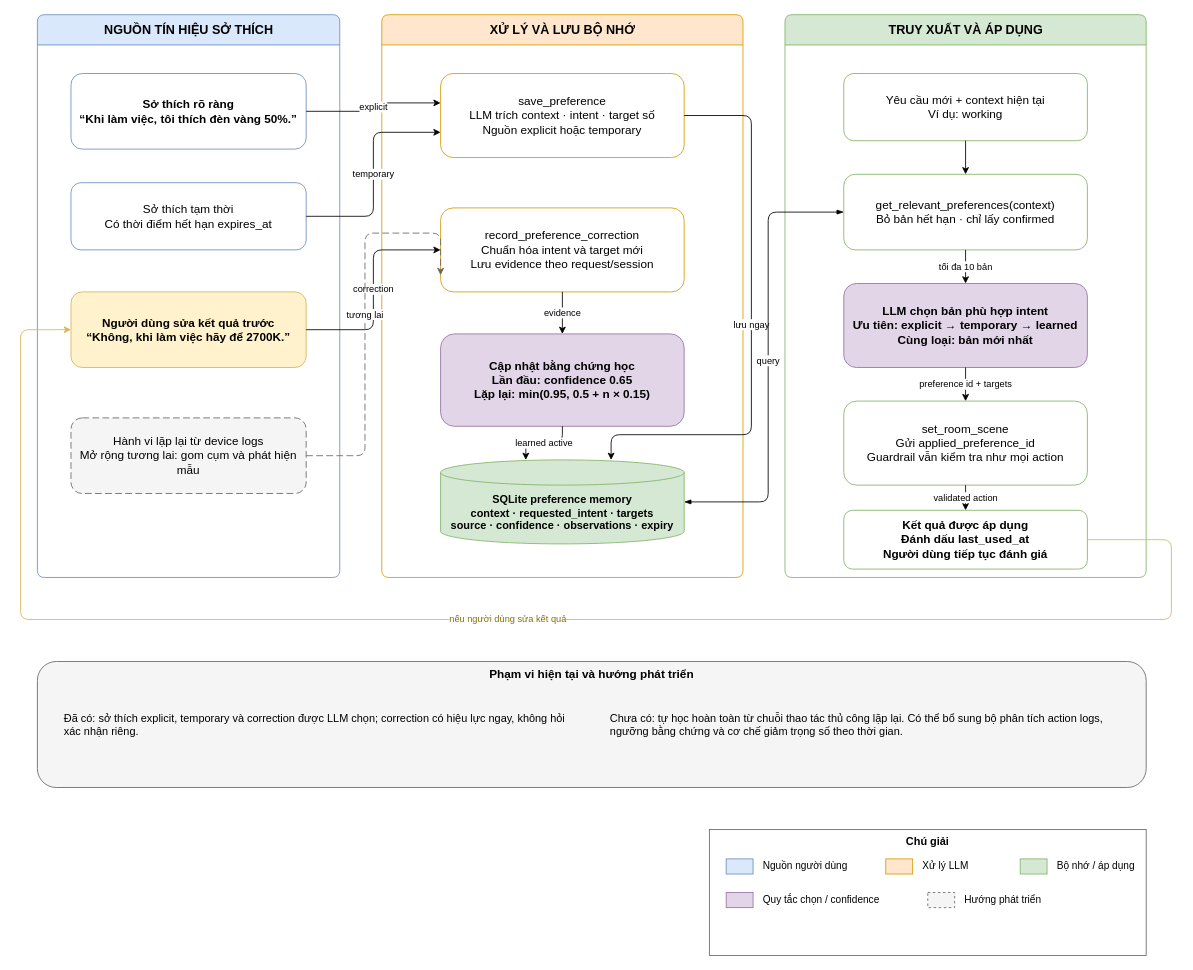
Earlier version of the draw.io diagram docs/diagrams/preference-learning-loop.drawio (Khang-Water/aiot-flatmate-comfort). Source tidied: cells renumbered, new cells numbered last; positions are measured from the earlier drawing's top-left corner, leaving out a move shared by most shapes. Both pictures are drawn from the tidied source at 84%, with x=0, y=0 at pixel (20, 14).
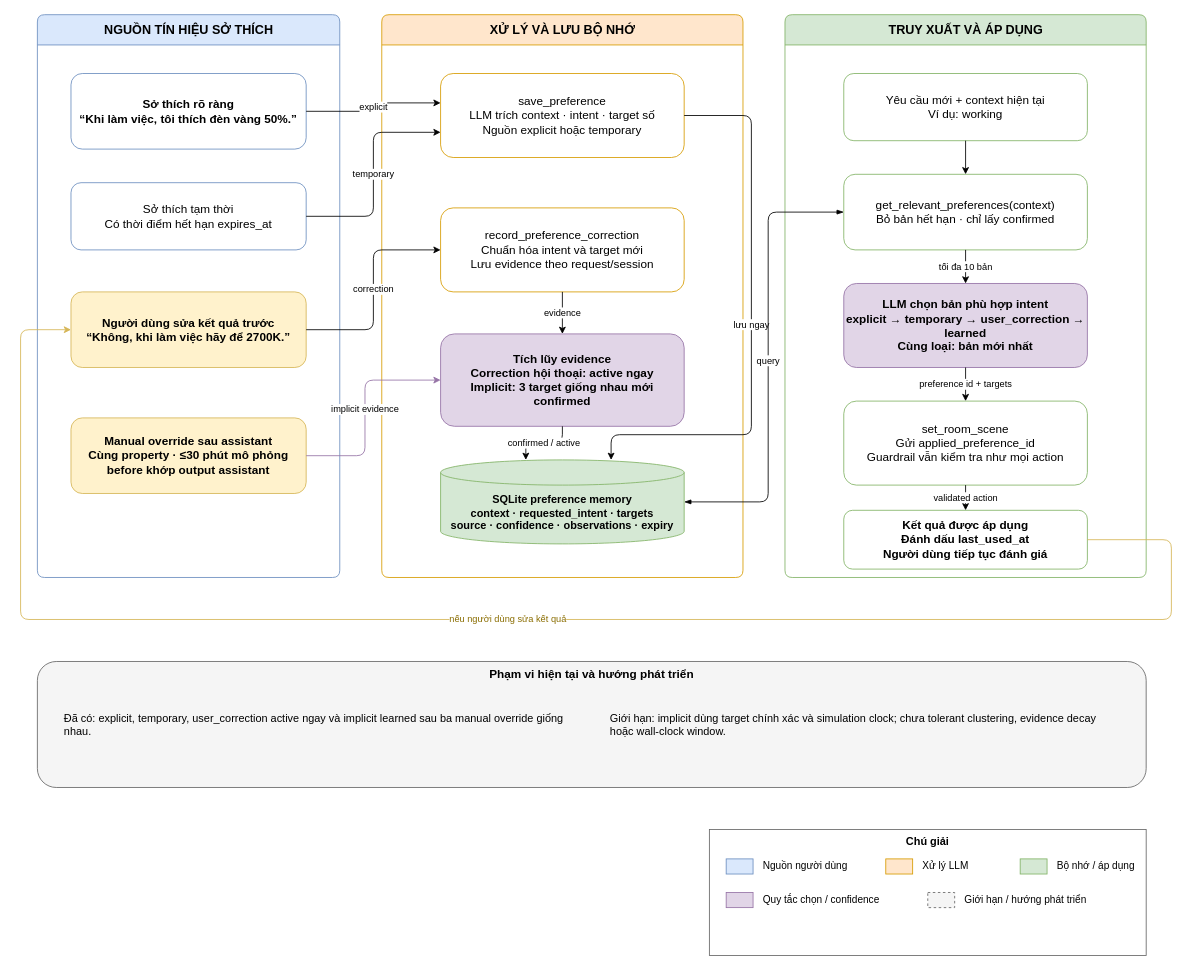
The same page after the edit.

Unchanged cells that the change refers to:
```xml
<mxCell id="2" value="NGUỒN TÍN HIỆU SỞ THÍCH" style="swimlane;startSize=36;html=1;rounded=1;arcSize=8;fillColor=#dae8fc;strokeColor=#6c8ebf;fontStyle=1;fontSize=15;" parent="1" vertex="1">
  <mxGeometry x="20" width="360" height="670" as="geometry" />
</mxCell>
<mxCell id="7" value="XỬ LÝ VÀ LƯU BỘ NHỚ" style="swimlane;startSize=36;html=1;rounded=1;arcSize=8;fillColor=#ffe6cc;strokeColor=#d79b00;fontStyle=1;fontSize=15;" parent="1" vertex="1">
  <mxGeometry x="430" width="430" height="670" as="geometry" />
</mxCell>
<mxCell id="9" value="record_preference_correction&#10;Chuẩn hóa intent và target mới&#10;Lưu evidence theo request/session" style="rounded=1;whiteSpace=wrap;html=1;fillColor=#ffffff;strokeColor=#d79b00;fontSize=14;" parent="7" vertex="1">
  <mxGeometry x="70" y="230" width="290" height="100" as="geometry" />
</mxCell>
<mxCell id="11" value="SQLite preference memory&#10;context · requested_intent · targets&#10;source · confidence · observations · expiry" style="shape=cylinder3;whiteSpace=wrap;html=1;boundedLbl=1;fillColor=#d5e8d4;strokeColor=#82b366;fontSize=13;fontStyle=1;" parent="7" vertex="1">
  <mxGeometry x="70" y="530" width="290" height="100" as="geometry" />
</mxCell>
<mxCell id="12" value="TRUY XUẤT VÀ ÁP DỤNG" style="swimlane;startSize=36;html=1;rounded=1;arcSize=8;fillColor=#d5e8d4;strokeColor=#82b366;fontStyle=1;fontSize=15;" parent="1" vertex="1">
  <mxGeometry x="910" width="430" height="670" as="geometry" />
</mxCell>
<mxCell id="18" value="Phạm vi hiện tại và hướng phát triển" style="rounded=1;whiteSpace=wrap;html=1;fillColor=#f5f5f5;strokeColor=#666666;verticalAlign=top;fontStyle=1;fontSize=14;" parent="1" vertex="1">
  <mxGeometry x="20" y="770" width="1320" height="150" as="geometry" />
</mxCell>
<mxCell id="21" value="Chú giải" style="rounded=0;whiteSpace=wrap;html=1;fillColor=none;strokeColor=#666666;verticalAlign=top;fontStyle=1;fontSize=13;" parent="1" vertex="1">
  <mxGeometry x="820" y="970" width="520" height="150" as="geometry" />
</mxCell>
```

Change to the diagram source:
```diff
@@
-    <mxCell id="6" value="Hành vi lặp lại từ device logs&#10;Mở rộng tương lai: gom cụm và phát hiện mẫu" style="rounded=1;whiteSpace=wrap;html=1;dashed=1;dashPattern=8 4;fillColor=#f5f5f5;strokeColor=#666666;fontSize=14;" parent="2" vertex="1">
+    <mxCell id="6" value="Manual override sau assistant&#10;Cùng property · ≤30 phút mô phỏng&#10;before khớp output assistant" style="rounded=1;whiteSpace=wrap;html=1;fillColor=#fff2cc;strokeColor=#d6b656;fontSize=14;fontStyle=1;" parent="2" vertex="1">
       <mxGeometry x="40" y="480" width="280" height="90" as="geometry" />
     </mxCell>
@@
-    <mxCell id="10" value="Cập nhật bằng chứng học&#10;Lần đầu: confidence 0.65&#10;Lặp lại: min(0.95, 0.5 + n × 0.15)" style="rounded=1;whiteSpace=wrap;html=1;fillColor=#e1d5e7;strokeColor=#9673a6;fontSize=14;fontStyle=1;" parent="7" vertex="1">
+    <mxCell id="10" value="Tích lũy evidence&#10;Correction hội thoại: active ngay&#10;Implicit: 3 target giống nhau mới confirmed" style="rounded=1;whiteSpace=wrap;html=1;fillColor=#e1d5e7;strokeColor=#9673a6;fontSize=14;fontStyle=1;" parent="7" vertex="1">
       <mxGeometry x="70" y="380" width="290" height="110" as="geometry" />
     </mxCell>
@@
-    <mxCell id="15" value="LLM chọn bản phù hợp intent&#10;Ưu tiên: explicit → temporary → learned&#10;Cùng loại: bản mới nhất" style="rounded=1;whiteSpace=wrap;html=1;fillColor=#e1d5e7;strokeColor=#9673a6;fontSize=14;fontStyle=1;" parent="12" vertex="1">
+    <mxCell id="15" value="LLM chọn bản phù hợp intent&#10;explicit → temporary → user_correction → learned&#10;Cùng loại: bản mới nhất" style="rounded=1;whiteSpace=wrap;html=1;fillColor=#e1d5e7;strokeColor=#9673a6;fontSize=14;fontStyle=1;" parent="12" vertex="1">
       <mxGeometry x="70" y="320" width="290" height="100" as="geometry" />
     </mxCell>
@@
-    <mxCell id="19" value="Đã có: sở thích explicit, temporary và correction được LLM chọn; correction có hiệu lực ngay, không hỏi xác nhận riêng." style="text;html=1;align=left;verticalAlign=middle;fontSize=13;whiteSpace=wrap;" parent="18" vertex="1">
+    <mxCell id="19" value="Đã có: explicit, temporary, user_correction active ngay và implicit learned sau ba manual override giống nhau." style="text;html=1;align=left;verticalAlign=middle;fontSize=13;whiteSpace=wrap;" parent="18" vertex="1">
       <mxGeometry x="30" y="40" width="610" height="70" as="geometry" />
     </mxCell>
-    <mxCell id="20" value="Chưa có: tự học hoàn toàn từ chuỗi thao tác thủ công lặp lại. Có thể bổ sung bộ phân tích action logs, ngưỡng bằng chứng và cơ chế giảm trọng số theo thời gian." style="text;html=1;align=left;verticalAlign=middle;fontSize=13;whiteSpace=wrap;" parent="18" vertex="1">
+    <mxCell id="20" value="Giới hạn: implicit dùng target chính xác và simulation clock; chưa tolerant clustering, evidence decay hoặc wall-clock window." style="text;html=1;align=left;verticalAlign=middle;fontSize=13;whiteSpace=wrap;" parent="18" vertex="1">
       <mxGeometry x="680" y="40" width="610" height="70" as="geometry" />
     </mxCell>
@@
-    <mxCell id="31" value="Hướng phát triển" style="text;html=1;align=left;verticalAlign=middle;fontSize=12;" parent="21" vertex="1">
+    <mxCell id="31" value="Giới hạn / hướng phát triển" style="text;html=1;align=left;verticalAlign=middle;fontSize=12;" parent="21" vertex="1">
       <mxGeometry x="302" y="72" width="120" height="24" as="geometry" />
     </mxCell>
@@
-    <mxCell id="35" value="tương lai" style="edgeStyle=orthogonalEdgeStyle;rounded=1;jettySize=auto;html=1;dashed=1;dashPattern=8 4;strokeColor=#666666;exitX=1;exitY=0.5;entryX=0;entryY=0.8;" parent="1" edge="1" source="6" target="9">
+    <mxCell id="35" value="implicit evidence" style="edgeStyle=orthogonalEdgeStyle;rounded=1;jettySize=auto;html=1;strokeColor=#9673a6;exitX=1;exitY=0.5;entryX=0;entryY=0.5;" parent="1" edge="1" source="6" target="10">
       <mxGeometry relative="1" as="geometry">
         <Array as="points">
           <mxPoint x="410" y="525" />
-          <mxPoint x="410" y="260" />
+          <mxPoint x="410" y="435" />
         </Array>
       </mxGeometry>
     </mxCell>
@@
-    <mxCell id="38" value="learned active" style="edgeStyle=orthogonalEdgeStyle;rounded=1;jettySize=auto;html=1;exitX=0.5;exitY=1;entryX=0.35;entryY=0;" parent="1" edge="1" source="10" target="11">
+    <mxCell id="38" value="confirmed / active" style="edgeStyle=orthogonalEdgeStyle;rounded=1;jettySize=auto;html=1;exitX=0.5;exitY=1;entryX=0.35;entryY=0;" parent="1" edge="1" source="10" target="11">
       <mxGeometry relative="1" as="geometry" />
     </mxCell>
```
